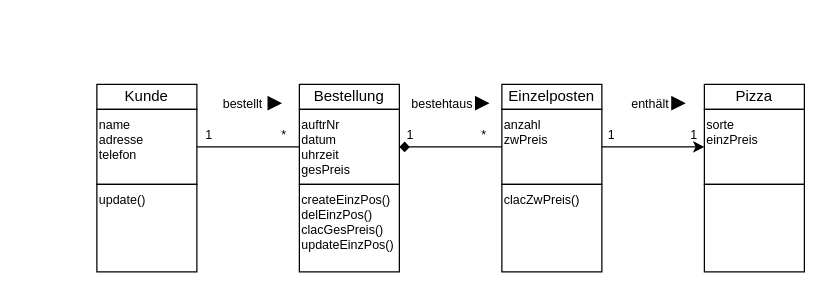
noscre/SoftwareEngineering19-20 keeps this draw.io diagram as Blatt1/Aufgabe1/Pizza.drawio. Above is the earlier version. Source tidied: cells renumbered, new cells numbered last; positions are measured from the earlier drawing's top-left corner, leaving out a move shared by most shapes. Both pictures are drawn from the tidied source at 125%, with x=0, y=0 at pixel (96, 84).
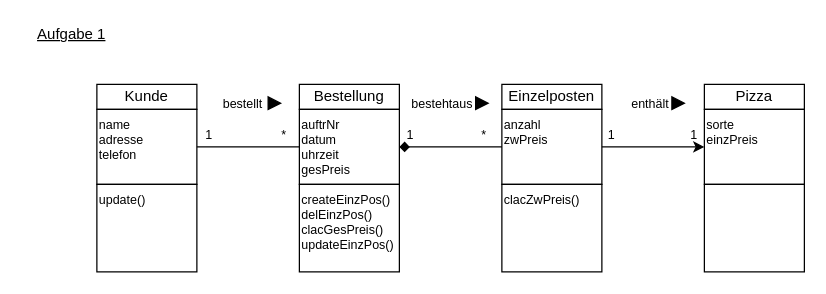
Above is the later version.

The edit, as a diff of the source:
```diff
@@
+    <mxCell id="29" value="Aufgabe 1" style="text;html=1;strokeColor=none;fillColor=none;align=center;verticalAlign=middle;whiteSpace=wrap;rounded=0;fontStyle=4;" parent="1" vertex="1">
+      <mxGeometry x="-60" y="-50" width="80" height="20" as="geometry" />
+    </mxCell>
```
